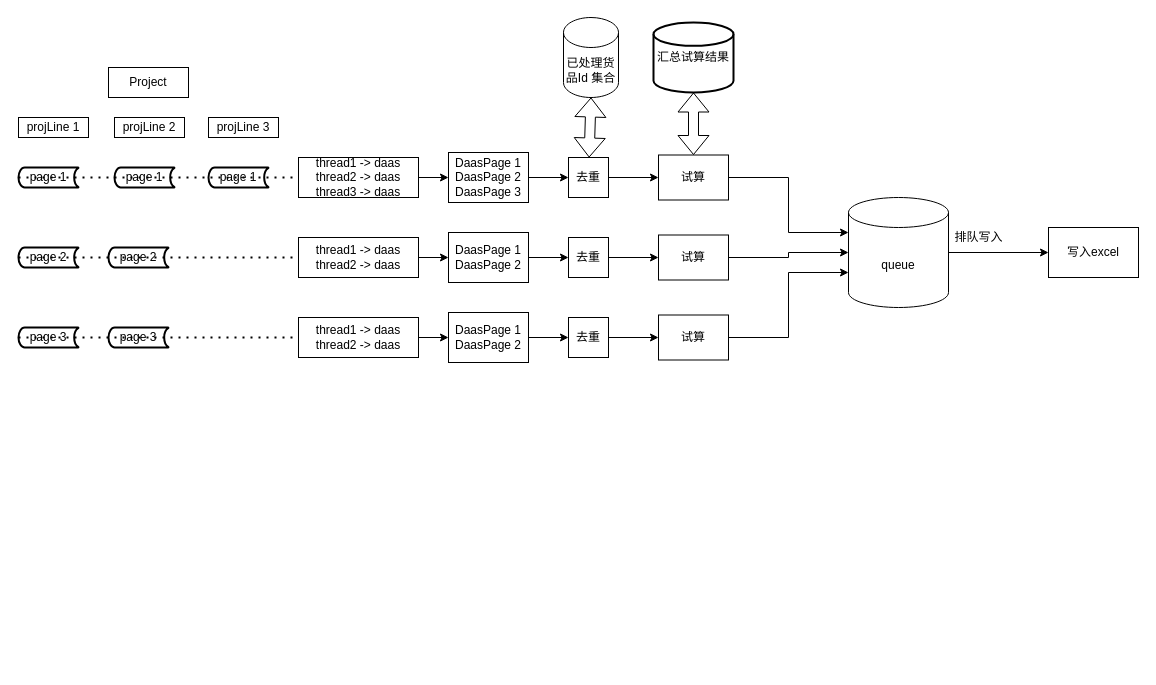
Before: trial result.drawio in WinkleWong/Diagram, a draw.io diagram. Source tidied: cells renumbered, new cells numbered last; positions are measured from the earlier drawing's top-left corner, leaving out a move shared by most shapes. Both pictures are drawn from the tidied source at 100%, with x=0, y=0 at pixel (18, 17).
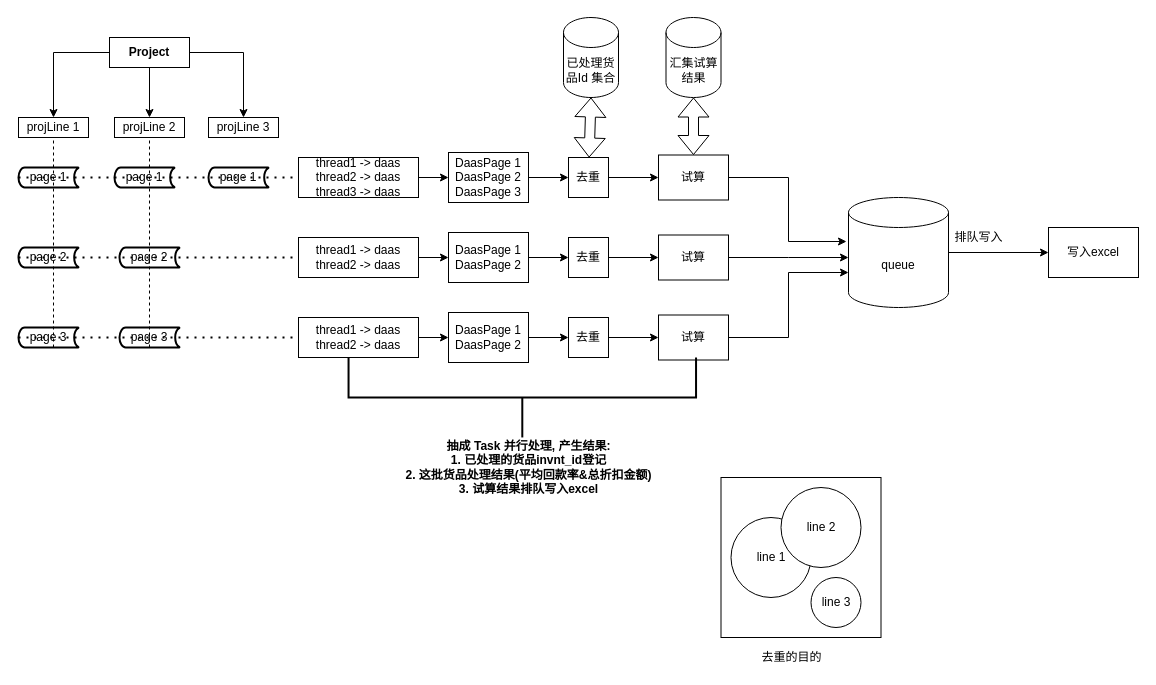
The same page after the edit.

Unchanged cells that the change refers to:
```xml
<mxCell id="3" value="projLine 1" style="rounded=0;whiteSpace=wrap;html=1;" parent="1" vertex="1">
  <mxGeometry y="100" width="70" height="20" as="geometry" />
</mxCell>
<mxCell id="4" value="projLine 2" style="rounded=0;whiteSpace=wrap;html=1;" parent="1" vertex="1">
  <mxGeometry x="96" y="100" width="70" height="20" as="geometry" />
</mxCell>
<mxCell id="5" value="projLine 3" style="rounded=0;whiteSpace=wrap;html=1;" parent="1" vertex="1">
  <mxGeometry x="190" y="100" width="70" height="20" as="geometry" />
</mxCell>
<mxCell id="22" value="试算" style="rounded=0;whiteSpace=wrap;html=1;" parent="1" vertex="1">
  <mxGeometry x="640" y="137.5" width="70" height="45" as="geometry" />
</mxCell>
<mxCell id="24" value="queue" style="shape=cylinder3;whiteSpace=wrap;html=1;boundedLbl=1;backgroundOutline=1;size=15;" parent="1" vertex="1">
  <mxGeometry x="830" y="180" width="100" height="110" as="geometry" />
</mxCell>
<mxCell id="33" value="试算" style="rounded=0;whiteSpace=wrap;html=1;" parent="1" vertex="1">
  <mxGeometry x="640" y="217.5" width="70" height="45" as="geometry" />
</mxCell>
```

The edit, as a diff of the source:
```diff
@@
+    <mxCell id="48" style="edgeStyle=orthogonalEdgeStyle;rounded=0;jettySize=auto;html=1;entryX=0.5;entryY=0;entryDx=0;entryDy=0;" parent="1" edge="1" source="2" target="3">
+      <mxGeometry relative="1" as="geometry" />
+    </mxCell>
+    <mxCell id="49" style="edgeStyle=orthogonalEdgeStyle;rounded=0;jettySize=auto;html=1;entryX=0.5;entryY=0;entryDx=0;entryDy=0;" parent="1" edge="1" source="2" target="4">
+      <mxGeometry relative="1" as="geometry" />
+    </mxCell>
+    <mxCell id="50" style="edgeStyle=orthogonalEdgeStyle;rounded=0;jettySize=auto;html=1;exitX=1;exitY=0.5;exitDx=0;exitDy=0;entryX=0.5;entryY=0;entryDx=0;entryDy=0;" parent="1" edge="1" source="2" target="5">
+      <mxGeometry relative="1" as="geometry" />
+    </mxCell>
-    <mxCell id="2" value="Project" style="rounded=0;whiteSpace=wrap;html=1;" parent="1" vertex="1">
-      <mxGeometry x="90" y="50" width="80" height="30" as="geometry" />
+    <mxCell id="2" value="Project" style="rounded=0;whiteSpace=wrap;html=1;fontStyle=1;" parent="1" vertex="1">
+      <mxGeometry x="91" y="20" width="80" height="30" as="geometry" />
     </mxCell>
@@
     <mxCell id="10" value="page 2" style="strokeWidth=2;html=1;shape=mxgraph.flowchart.stored_data;whiteSpace=wrap;" parent="1" vertex="1">
-      <mxGeometry x="90" y="230" width="60" height="20" as="geometry" />
+      <mxGeometry x="101" y="230" width="60" height="20" as="geometry" />
     </mxCell>
     <mxCell id="11" value="page 3" style="strokeWidth=2;html=1;shape=mxgraph.flowchart.stored_data;whiteSpace=wrap;" parent="1" vertex="1">
-      <mxGeometry x="90" y="310" width="60" height="20" as="geometry" />
+      <mxGeometry x="101" y="310" width="60" height="20" as="geometry" />
     </mxCell>
@@
-    <mxCell id="21" style="edgeStyle=orthogonalEdgeStyle;rounded=0;jettySize=auto;html=1;exitX=1;exitY=0.5;exitDx=0;exitDy=0;entryX=0;entryY=0;entryDx=0;entryDy=35;entryPerimeter=0;" parent="1" edge="1" source="22" target="24">
+    <mxCell id="21" style="edgeStyle=orthogonalEdgeStyle;rounded=0;jettySize=auto;html=1;exitX=1;exitY=0.5;exitDx=0;exitDy=0;entryX=-0.02;entryY=0.4;entryDx=0;entryDy=0;entryPerimeter=0;" parent="1" edge="1" source="22" target="24">
       <mxGeometry relative="1" as="geometry" />
     </mxCell>
@@
-    <mxCell id="32" style="edgeStyle=orthogonalEdgeStyle;rounded=0;jettySize=auto;html=1;entryX=0;entryY=0.5;entryDx=0;entryDy=0;entryPerimeter=0;" parent="1" edge="1" source="33" target="24">
-      <mxGeometry relative="1" as="geometry" />
+    <mxCell id="32" style="edgeStyle=orthogonalEdgeStyle;rounded=0;jettySize=auto;html=1;" parent="1" edge="1" source="33">
+      <mxGeometry relative="1" as="geometry">
+        <mxPoint x="830" y="240" as="targetPoint" />
+      </mxGeometry>
     </mxCell>
@@
-    <mxCell id="45" value="汇总试算结果" style="strokeWidth=2;html=1;shape=mxgraph.flowchart.database;whiteSpace=wrap;" parent="1" vertex="1">
-      <mxGeometry x="635" y="5" width="80" height="70" as="geometry" />
-    </mxCell>
-    <mxCell id="46" style="shape=flexArrow;endArrow=classic;startArrow=classic;html=1;entryX=0.5;entryY=1;entryDx=0;entryDy=0;entryPerimeter=0;exitX=0.5;exitY=0;exitDx=0;exitDy=0;" parent="1" edge="1" source="22" target="45">
+    <mxCell id="46" style="shape=flexArrow;endArrow=classic;startArrow=classic;html=1;entryX=0.5;entryY=1;entryDx=0;entryDy=0;entryPerimeter=0;exitX=0.5;exitY=0;exitDx=0;exitDy=0;" parent="1" edge="1" source="22" target="53">
       <mxGeometry relative="1" as="geometry" />
     </mxCell>
@@
+    <mxCell id="51" style="endArrow=none;dashed=1;html=1;entryX=0.5;entryY=1;entryDx=0;entryDy=0;" parent="1" edge="1" target="3">
+      <mxGeometry relative="1" as="geometry">
+        <mxPoint x="35" y="330" as="sourcePoint" />
+      </mxGeometry>
+    </mxCell>
+    <mxCell id="52" style="endArrow=none;dashed=1;html=1;entryX=0.5;entryY=1;entryDx=0;entryDy=0;exitX=0.5;exitY=1;exitDx=0;exitDy=0;exitPerimeter=0;" parent="1" edge="1" source="11" target="4">
+      <mxGeometry relative="1" as="geometry" />
+    </mxCell>
+    <mxCell id="53" value="汇集试算结果" style="shape=cylinder3;whiteSpace=wrap;html=1;boundedLbl=1;backgroundOutline=1;size=15;" parent="1" vertex="1">
+      <mxGeometry x="647.5" width="55" height="80" as="geometry" />
+    </mxCell>
+    <mxCell id="54" style="whiteSpace=wrap;html=1;" parent="1" vertex="1">
+      <mxGeometry x="702.5" y="460" width="160" height="160" as="geometry" />
+    </mxCell>
+    <mxCell id="55" value="line 1" style="ellipse;whiteSpace=wrap;html=1;" parent="1" vertex="1">
+      <mxGeometry x="712.5" y="500" width="80" height="80" as="geometry" />
+    </mxCell>
+    <mxCell id="56" value="line 2" style="ellipse;whiteSpace=wrap;html=1;" parent="1" vertex="1">
+      <mxGeometry x="762.5" y="470" width="80" height="80" as="geometry" />
+    </mxCell>
+    <mxCell id="57" value="line 3" style="ellipse;whiteSpace=wrap;html=1;" parent="1" vertex="1">
+      <mxGeometry x="792.5" y="560" width="50" height="50" as="geometry" />
+    </mxCell>
+    <mxCell id="58" value="去重的目的&lt;br&gt;" style="text;html=1;align=center;verticalAlign=middle;strokeColor=none;" parent="1" vertex="1">
+      <mxGeometry x="732.5" y="630" width="80" height="20" as="geometry" />
+    </mxCell>
+    <mxCell id="59" style="strokeWidth=2;html=1;shape=mxgraph.flowchart.annotation_2;align=left;labelPosition=right;rotation=-90;" parent="1" vertex="1">
+      <mxGeometry x="463.8" y="206.2" width="80" height="347.5" as="geometry" />
+    </mxCell>
+    <mxCell id="60" value="抽成 Task 并行处理, 产生结果: &lt;br&gt;1. 已处理的货品invnt_id登记&lt;br&gt;2. 这批货品处理结果(平均回款率&amp;amp;总折扣金额)&lt;br&gt;3. 试算结果排队写入excel" style="text;html=1;align=center;verticalAlign=middle;strokeColor=none;fontStyle=1;" parent="1" vertex="1">
+      <mxGeometry x="380" y="420" width="260" height="60" as="geometry" />
+    </mxCell>
```
